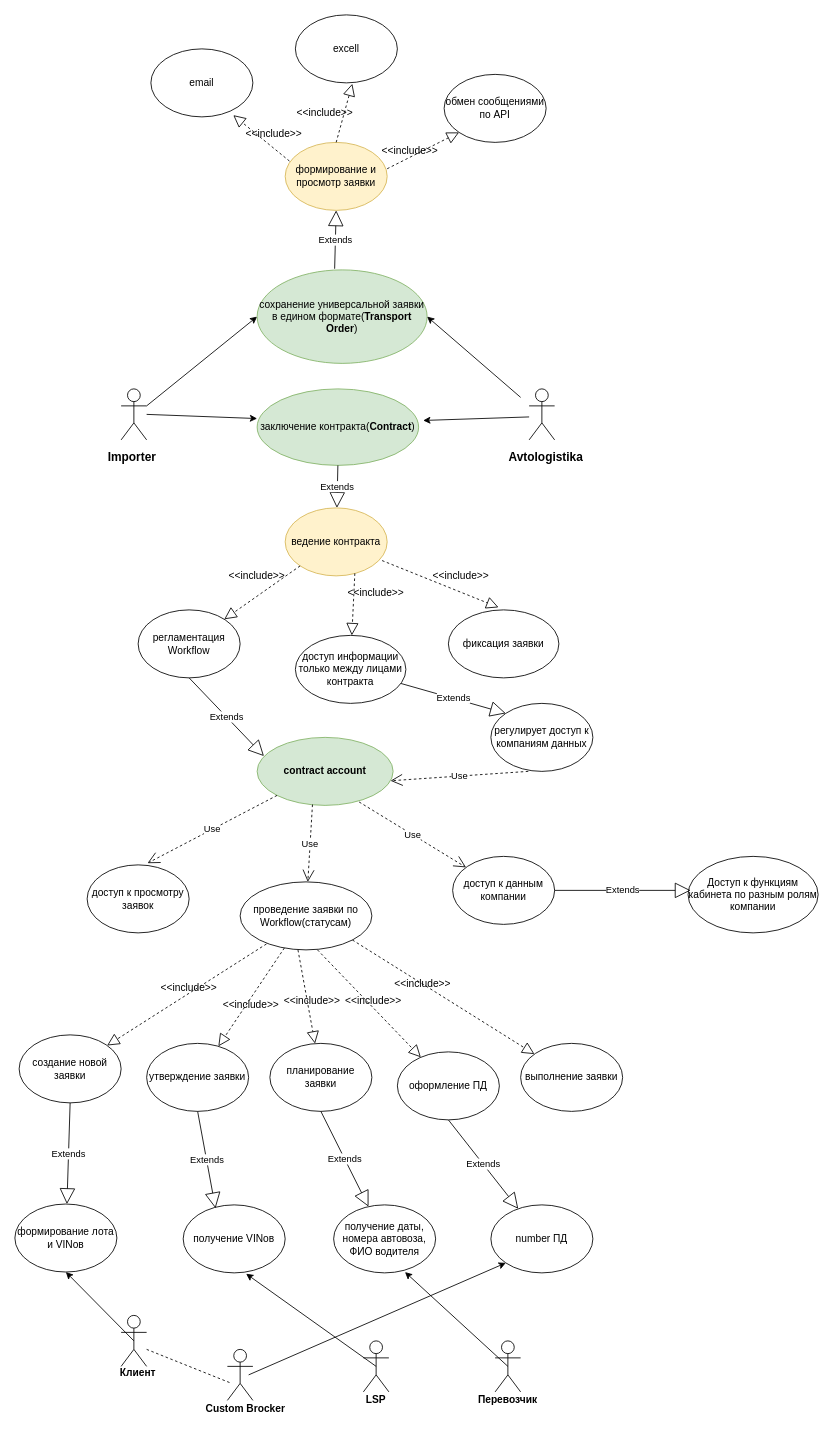
Above: module diagram.drawio in annastazi02/diagrams (draw.io), before the change. Source tidied: cells renumbered, new cells numbered last; positions are measured from the earlier drawing's top-left corner, leaving out a move shared by most shapes. Both pictures are drawn from the tidied source at 85%, with x=0, y=0 at pixel (14, 14).
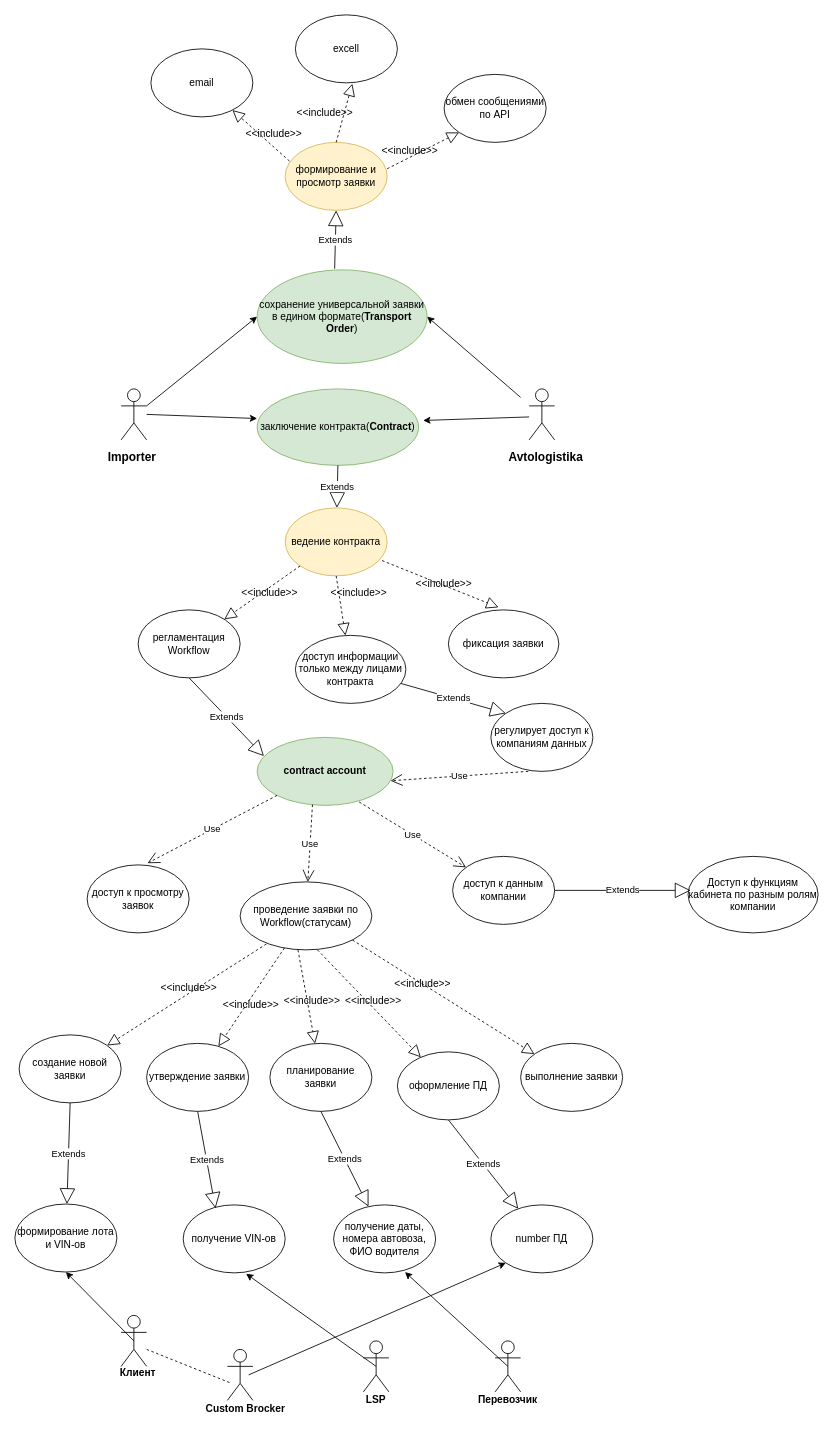
The same page after the edit.

Unchanged cells that the change refers to:
```xml
<mxCell id="9" value="ведение контракта" style="ellipse;whiteSpace=wrap;html=1;fillColor=#fff2cc;strokeColor=#d6b656;" parent="1" vertex="1">
  <mxGeometry x="318" y="580" width="120" height="80" as="geometry" />
</mxCell>
<mxCell id="11" value="доступ информации только между лицами контракта" style="ellipse;whiteSpace=wrap;html=1;" parent="1" vertex="1">
  <mxGeometry x="330" y="730" width="130" height="80" as="geometry" />
</mxCell>
<mxCell id="15" value="формирование и просмотр заявки" style="ellipse;whiteSpace=wrap;html=1;fillColor=#fff2cc;strokeColor=#d6b656;" parent="1" vertex="1">
  <mxGeometry x="318" y="150" width="120" height="80" as="geometry" />
</mxCell>
<mxCell id="16" value="email" style="ellipse;whiteSpace=wrap;html=1;" parent="1" vertex="1">
  <mxGeometry x="160" y="40" width="120" height="80" as="geometry" />
</mxCell>
```

Change to the diagram source:
```diff
@@
     <mxCell id="22" value="&amp;lt;&amp;lt;include&amp;gt;&amp;gt;" style="text;html=1;strokeColor=none;fillColor=none;align=center;verticalAlign=middle;whiteSpace=wrap;rounded=0;" parent="1" vertex="1">
-      <mxGeometry x="265" y="650" width="40" height="20" as="geometry" />
+      <mxGeometry x="280" y="670" width="40" height="20" as="geometry" />
     </mxCell>
     <mxCell id="23" value="&amp;lt;&amp;lt;include&amp;gt;&amp;gt;" style="text;html=1;strokeColor=none;fillColor=none;align=center;verticalAlign=middle;whiteSpace=wrap;rounded=0;" parent="1" vertex="1">
-      <mxGeometry x="405" y="670" width="40" height="20" as="geometry" />
+      <mxGeometry x="385" y="670" width="40" height="20" as="geometry" />
     </mxCell>
@@
     <mxCell id="27" value="&amp;lt;&amp;lt;include&amp;gt;&amp;gt;" style="text;html=1;strokeColor=none;fillColor=none;align=center;verticalAlign=middle;whiteSpace=wrap;rounded=0;" parent="1" vertex="1">
-      <mxGeometry x="505" y="650" width="40" height="20" as="geometry" />
+      <mxGeometry x="485" y="660" width="40" height="20" as="geometry" />
     </mxCell>
@@
-    <mxCell id="34" style="endArrow=block;dashed=1;endFill=0;endSize=12;html=1;exitX=0.683;exitY=0.963;exitDx=0;exitDy=0;exitPerimeter=0;" parent="1" edge="1" source="9" target="11">
+    <mxCell id="34" style="endArrow=block;dashed=1;endFill=0;endSize=12;html=1;exitX=0.5;exitY=1;exitDx=0;exitDy=0;" parent="1" edge="1" source="9" target="11">
       <mxGeometry relative="1" as="geometry" />
     </mxCell>
@@
-    <mxCell id="54" value="формирование лота и VINов" style="ellipse;whiteSpace=wrap;html=1;" parent="1" vertex="1">
+    <mxCell id="54" value="формирование лота и VIN-ов" style="ellipse;whiteSpace=wrap;html=1;" parent="1" vertex="1">
       <mxGeometry y="1399" width="120" height="80" as="geometry" />
     </mxCell>
@@
-    <mxCell id="60" value="получение VINов" style="ellipse;whiteSpace=wrap;html=1;" parent="1" vertex="1">
+    <mxCell id="60" value="получение VIN-ов" style="ellipse;whiteSpace=wrap;html=1;" parent="1" vertex="1">
       <mxGeometry x="198" y="1400" width="120" height="80" as="geometry" />
     </mxCell>
@@
-    <mxCell id="82" style="endArrow=block;dashed=1;endFill=0;endSize=12;html=1;exitX=0.042;exitY=0.275;exitDx=0;exitDy=0;entryX=0.808;entryY=0.975;entryDx=0;entryDy=0;entryPerimeter=0;exitPerimeter=0;" parent="1" edge="1" source="15" target="16">
+    <mxCell id="82" style="endArrow=block;dashed=1;endFill=0;endSize=12;html=1;exitX=0.042;exitY=0.275;exitDx=0;exitDy=0;entryX=0.8;entryY=0.9;entryDx=0;entryDy=0;entryPerimeter=0;exitPerimeter=0;" parent="1" edge="1" source="15" target="16">
       <mxGeometry relative="1" as="geometry" />
     </mxCell>
```
